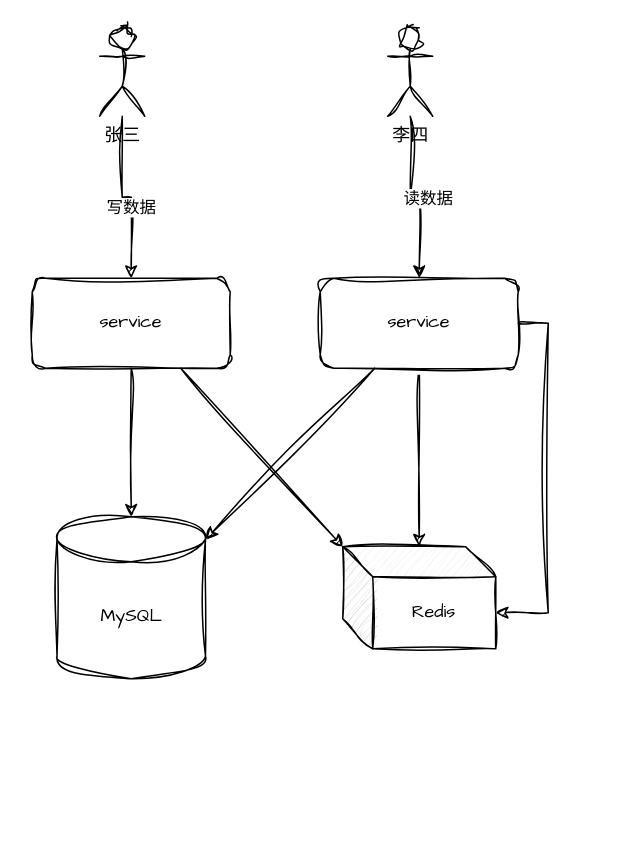
Rodert/javapub_oss keeps this draw.io diagram as page "第 1 页" (1 of 2) of draw/draw/Redis和MySQL双写一致性.drawio. Above is the earlier version. Source tidied: cells renumbered, new cells numbered last; positions are measured from the earlier drawing's top-left corner, leaving out a move shared by most shapes. Both pictures are drawn from the tidied source at 150%, with x=0, y=0 at pixel (32, 26).
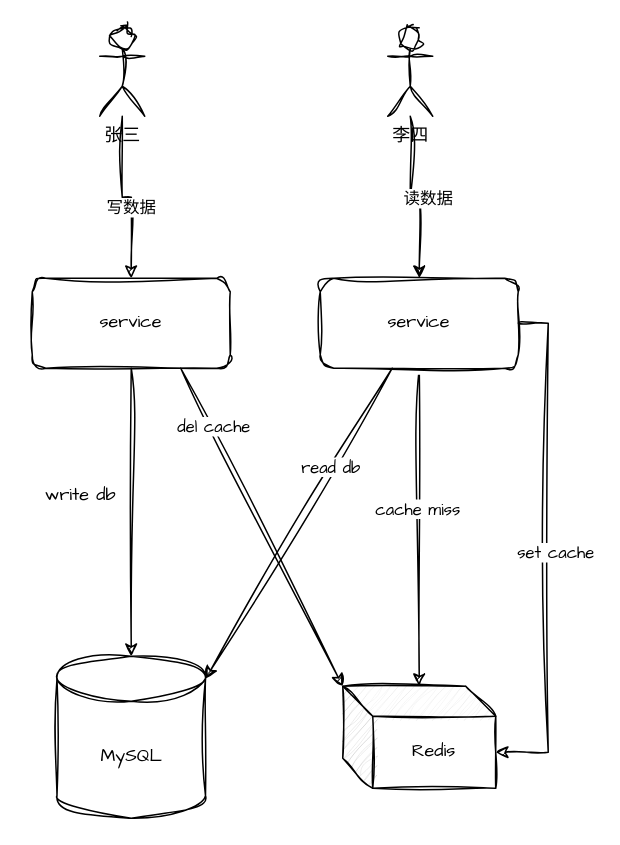
After the change.

Unchanged cells that the change refers to:
```xml
<mxCell id="4" style="edgeStyle=orthogonalEdgeStyle;rounded=0;sketch=1;hachureGap=4;jiggle=2;curveFitting=1;jettySize=auto;html=1;fontFamily=Architects Daughter;" parent="1" edge="1" source="6" target="14">
  <mxGeometry relative="1" as="geometry" />
</mxCell>
<mxCell id="5" style="edgeStyle=orthogonalEdgeStyle;rounded=0;sketch=1;hachureGap=4;jiggle=2;curveFitting=1;jettySize=auto;html=1;fontFamily=Architects Daughter;entryX=0;entryY=0;entryDx=102;entryDy=44;entryPerimeter=0;exitX=1;exitY=0.5;exitDx=0;exitDy=0;" parent="1" edge="1" source="6" target="14">
  <mxGeometry relative="1" as="geometry" />
</mxCell>
<mxCell id="15" style="rounded=0;sketch=1;hachureGap=4;jiggle=2;curveFitting=1;jettySize=auto;html=1;entryX=1;entryY=0;entryDx=0;entryDy=15;entryPerimeter=0;fontFamily=Architects Daughter;" parent="1" edge="1" source="6" target="13">
  <mxGeometry relative="1" as="geometry" />
</mxCell>
<mxCell id="16" style="rounded=0;sketch=1;hachureGap=4;jiggle=2;curveFitting=1;jettySize=auto;html=1;exitX=0.75;exitY=1;exitDx=0;exitDy=0;entryX=0;entryY=0;entryDx=0;entryDy=0;entryPerimeter=0;fontFamily=Architects Daughter;" parent="1" edge="1" source="3" target="14">
  <mxGeometry relative="1" as="geometry" />
</mxCell>
```

Diff of the diagram source:
```diff
@@
+    <mxCell id="17" value="cache miss" style="edgeLabel;html=1;align=center;verticalAlign=middle;sketch=1;hachureGap=4;jiggle=2;curveFitting=1;fontFamily=Architects Daughter;" parent="4" vertex="1">
+      <mxGeometry x="-0.12" y="-2" relative="1" as="geometry" />
+    </mxCell>
@@
+    <mxCell id="18" value="set cache" style="edgeLabel;html=1;align=center;verticalAlign=middle;sketch=1;hachureGap=4;jiggle=2;curveFitting=1;fontFamily=Architects Daughter;" parent="5" vertex="1">
+      <mxGeometry x="0.01" y="4" relative="1" as="geometry" />
+    </mxCell>
@@
     <mxCell id="13" value="MySQL" style="shape=cylinder3;whiteSpace=wrap;html=1;boundedLbl=1;backgroundOutline=1;size=15;sketch=1;hachureGap=4;jiggle=2;curveFitting=1;fontFamily=Architects Daughter;" parent="1" vertex="1">
-      <mxGeometry x="16.5" y="327" width="99" height="108" as="geometry" />
+      <mxGeometry x="16.5" y="420" width="99" height="108" as="geometry" />
     </mxCell>
     <mxCell id="14" value="Redis" style="shape=cube;whiteSpace=wrap;html=1;boundedLbl=1;backgroundOutline=1;darkOpacity=0.05;darkOpacity2=0.1;sketch=1;hachureGap=4;jiggle=2;curveFitting=1;fontFamily=Architects Daughter;" parent="1" vertex="1">
-      <mxGeometry x="207" y="347" width="102" height="68" as="geometry" />
+      <mxGeometry x="207" y="440" width="102" height="68" as="geometry" />
     </mxCell>
@@
+    <mxCell id="19" value="read db" style="edgeLabel;html=1;align=center;verticalAlign=middle;sketch=1;hachureGap=4;jiggle=2;curveFitting=1;fontFamily=Architects Daughter;" parent="15" vertex="1">
+      <mxGeometry x="-0.35" y="-2" relative="1" as="geometry" />
+    </mxCell>
@@
+    <mxCell id="20" value="del cache" style="edgeLabel;html=1;align=center;verticalAlign=middle;sketch=1;hachureGap=4;jiggle=2;curveFitting=1;fontFamily=Architects Daughter;" parent="16" vertex="1">
+      <mxGeometry x="-0.63" y="2" relative="1" as="geometry" />
+    </mxCell>
+    <mxCell id="21" value="write db" style="text;html=1;align=center;verticalAlign=middle;strokeColor=none;fillColor=none;fontFamily=Architects Daughter;" parent="1" vertex="1">
+      <mxGeometry x="-4" y="301" width="72" height="24" as="geometry" />
+    </mxCell>
```
